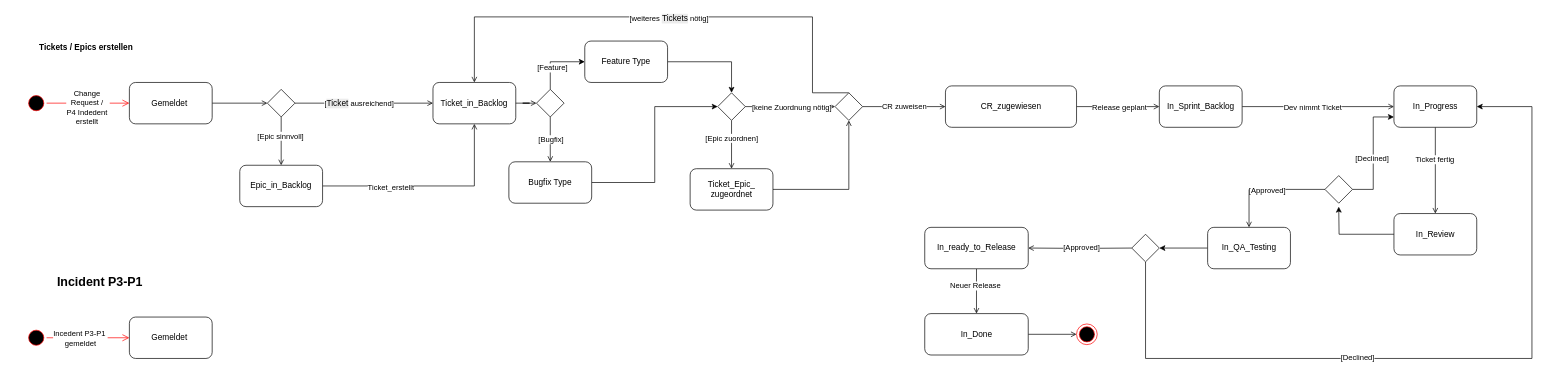
Above: TicketWorkflow.drawio in Adrian-Hansen-dev/software-architecture (draw.io), before the change. Source tidied: cells renumbered, new cells numbered last; positions are measured from the earlier drawing's top-left corner, leaving out a move shared by most shapes. Both pictures are drawn from the tidied source at 69%, with x=0, y=0 at pixel (12, 17).
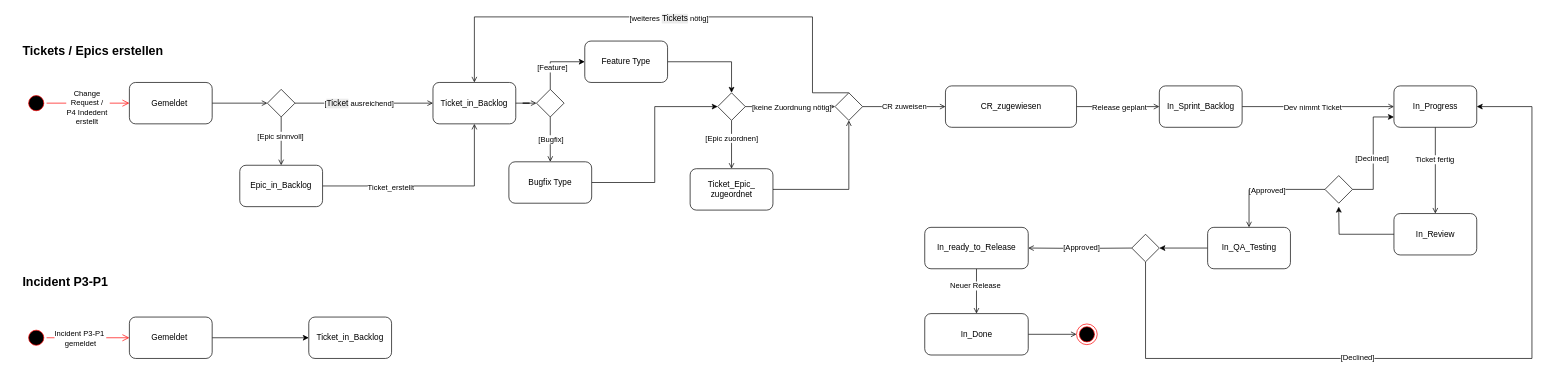
The same diagram, later.

The change refers to these unchanged cells:
```xml
<mxCell id="60" style="edgeStyle=orthogonalEdgeStyle;html=1;verticalAlign=bottom;endArrow=open;endSize=8;strokeColor=#ff0000;rounded=0;entryX=0;entryY=0.5;entryDx=0;entryDy=0;" parent="1" edge="1" source="59" target="62">
  <mxGeometry x="-0.09" y="-25" relative="1" as="geometry" />
</mxCell>
<mxCell id="62" value="Gemeldet&amp;nbsp;" style="rounded=1;whiteSpace=wrap;html=1;" parent="1" vertex="1">
  <mxGeometry x="170" y="435" width="120" height="60" as="geometry" />
</mxCell>
```

What changed in the source:
```diff
@@
-    <mxCell id="6" value="&lt;b&gt;Tickets / Epics erstellen&lt;/b&gt;" style="text;html=1;whiteSpace=wrap;strokeColor=none;fillColor=none;align=center;verticalAlign=middle;rounded=0;" parent="1" vertex="1">
-      <mxGeometry y="30" width="215" height="30" as="geometry" />
+    <mxCell id="6" value="&lt;b&gt;&lt;font style=&quot;font-size: 18px;&quot;&gt;Tickets / Epics erstellen&lt;/font&gt;&lt;/b&gt;" style="text;html=1;whiteSpace=wrap;strokeColor=none;fillColor=none;align=center;verticalAlign=middle;rounded=0;" parent="1" vertex="1">
+      <mxGeometry x="10" y="35" width="215" height="30" as="geometry" />
     </mxCell>
     <mxCell id="7" value="&lt;b&gt;&lt;font style=&quot;font-size: 18px;&quot;&gt;Incident P3-P1&lt;/font&gt;&lt;/b&gt;" style="text;html=1;whiteSpace=wrap;strokeColor=none;fillColor=none;align=center;verticalAlign=middle;rounded=0;" parent="1" vertex="1">
-      <mxGeometry x="20" y="370" width="215" height="30" as="geometry" />
+      <mxGeometry x="10" y="370" width="135" height="30" as="geometry" />
     </mxCell>
@@
-    <mxCell id="61" value="Incedent P3-P1&amp;nbsp;&lt;div&gt;gemeldet&lt;/div&gt;" style="edgeLabel;html=1;align=center;verticalAlign=middle;" parent="60" vertex="1">
+    <mxCell id="61" value="Incident P3-P1&amp;nbsp;&lt;div&gt;gemeldet&lt;/div&gt;" style="edgeLabel;html=1;align=center;verticalAlign=middle;" parent="60" vertex="1">
       <mxGeometry x="-0.17" relative="1" as="geometry">
         <mxPoint x="-2" as="offset" />
       </mxGeometry>
     </mxCell>
+    <mxCell id="71" style="edgeStyle=orthogonalEdgeStyle;rounded=0;jettySize=auto;html=1;" parent="1" edge="1" source="62" target="72">
+      <mxGeometry relative="1" as="geometry" />
+    </mxCell>
@@
+    <mxCell id="72" value="Ticket_in_Backlog" style="whiteSpace=wrap;html=1;rounded=1;" parent="1" vertex="1">
+      <mxGeometry x="430" y="435" width="120" height="60" as="geometry" />
+    </mxCell>
```
